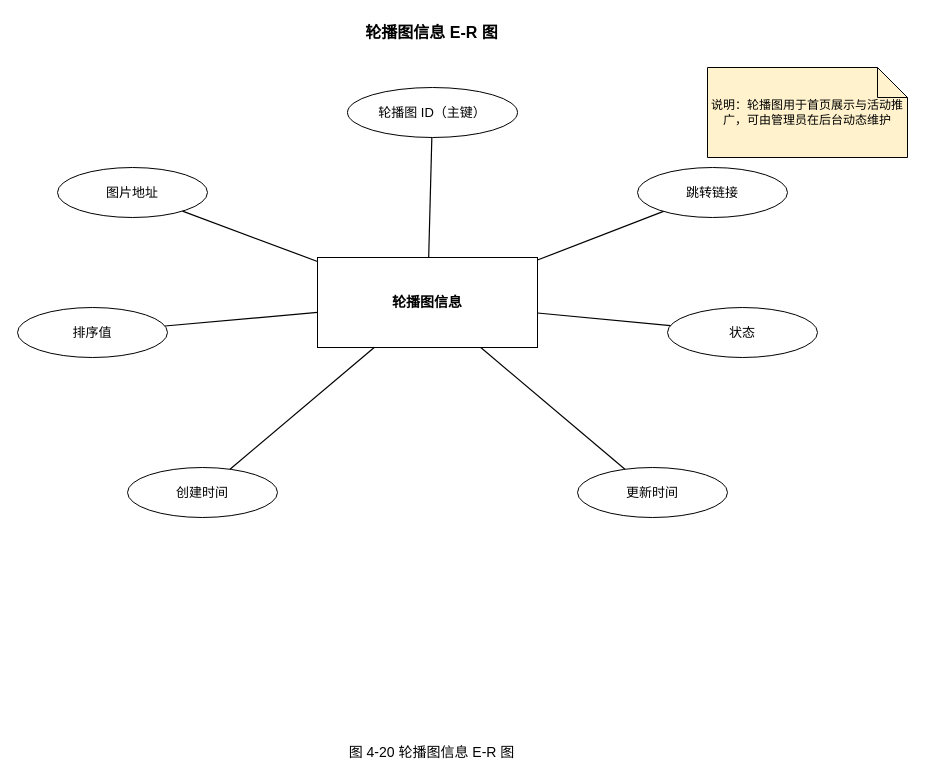
wujiangcai/drawio keeps this draw.io diagram as 4.16 轮播图信息 E-R 图.drawio. Above is the earlier version. Source tidied: cells renumbered, new cells numbered last; positions are measured from the earlier drawing's top-left corner, leaving out a move shared by most shapes. Both pictures are drawn from the tidied source at 100%, with x=0, y=0 at pixel (17, 17).
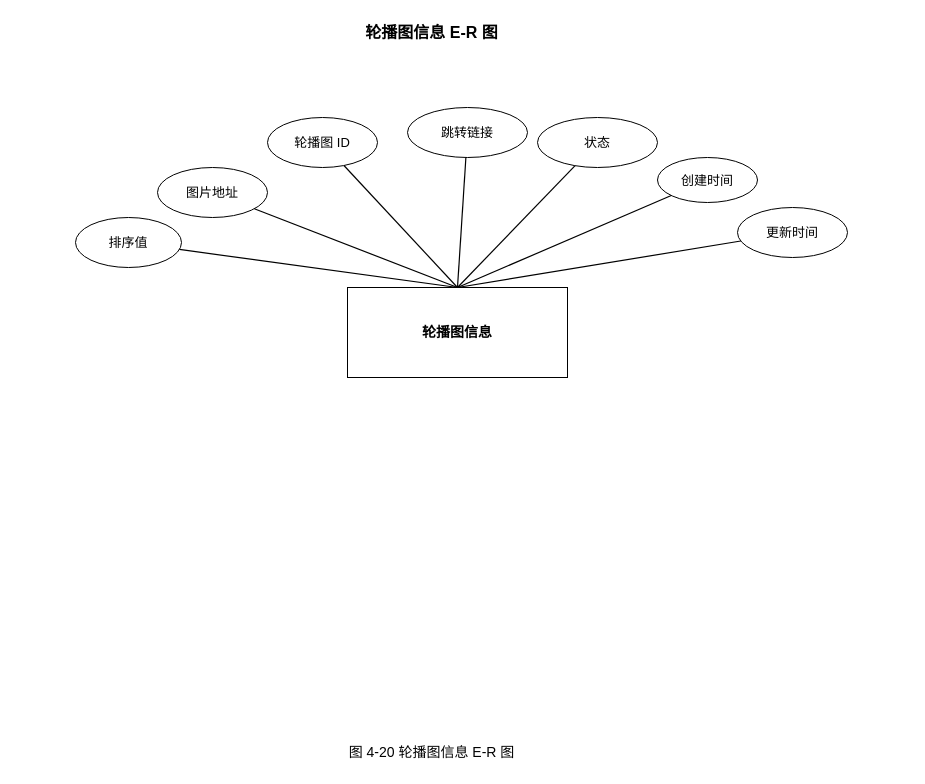
Above is the later version.

Change to the diagram source:
```diff
@@
 <mxGraphModel>
   <root>
     <mxCell id="0" />
     <mxCell id="1" parent="0" />
     <mxCell id="2" value="轮播图信息 E-R 图" style="text;html=1;strokeColor=none;fillColor=none;align=center;verticalAlign=middle;fontSize=16;fontStyle=1;" parent="1" vertex="1">
       <mxGeometry x="164" width="500" height="30" as="geometry" />
     </mxCell>
     <mxCell id="3" value="轮播图信息" style="shape=rectangle;whiteSpace=wrap;html=1;strokeColor=#000000;fillColor=#ffffff;fontSize=14;fontStyle=1;" parent="1" vertex="1">
-      <mxGeometry x="300" y="240" width="220" height="90" as="geometry" />
+      <mxGeometry x="330" y="270" width="220" height="90" as="geometry" />
     </mxCell>
-    <mxCell id="4" value="轮播图 ID（主键）" style="ellipse;whiteSpace=wrap;html=1;strokeColor=#000000;fillColor=#ffffff;fontSize=13;" parent="1" vertex="1">
-      <mxGeometry x="330" y="70" width="170" height="50" as="geometry" />
+    <mxCell id="4" value="轮播图 ID" style="ellipse;whiteSpace=wrap;html=1;strokeColor=#000000;fillColor=#ffffff;fontSize=13;" parent="1" vertex="1">
+      <mxGeometry x="250" y="100" width="110" height="50" as="geometry" />
     </mxCell>
     <mxCell id="5" value="图片地址" style="ellipse;whiteSpace=wrap;html=1;strokeColor=#000000;fillColor=#ffffff;fontSize=13;" parent="1" vertex="1">
-      <mxGeometry x="40" y="150" width="150" height="50" as="geometry" />
+      <mxGeometry x="140" y="150" width="110" height="50" as="geometry" />
     </mxCell>
     <mxCell id="6" value="跳转链接" style="ellipse;whiteSpace=wrap;html=1;strokeColor=#000000;fillColor=#ffffff;fontSize=13;" parent="1" vertex="1">
-      <mxGeometry x="620" y="150" width="150" height="50" as="geometry" />
+      <mxGeometry x="390" y="90" width="120" height="50" as="geometry" />
     </mxCell>
     <mxCell id="7" value="排序值" style="ellipse;whiteSpace=wrap;html=1;strokeColor=#000000;fillColor=#ffffff;fontSize=13;" parent="1" vertex="1">
-      <mxGeometry y="290" width="150" height="50" as="geometry" />
+      <mxGeometry x="58" y="200" width="106" height="50" as="geometry" />
     </mxCell>
     <mxCell id="8" value="状态" style="ellipse;whiteSpace=wrap;html=1;strokeColor=#000000;fillColor=#ffffff;fontSize=13;" parent="1" vertex="1">
-      <mxGeometry x="650" y="290" width="150" height="50" as="geometry" />
+      <mxGeometry x="520" y="100" width="120" height="50" as="geometry" />
     </mxCell>
     <mxCell id="9" value="创建时间" style="ellipse;whiteSpace=wrap;html=1;strokeColor=#000000;fillColor=#ffffff;fontSize=13;" parent="1" vertex="1">
-      <mxGeometry x="110" y="450" width="150" height="50" as="geometry" />
+      <mxGeometry x="640" y="140" width="100" height="45" as="geometry" />
     </mxCell>
     <mxCell id="10" value="更新时间" style="ellipse;whiteSpace=wrap;html=1;strokeColor=#000000;fillColor=#ffffff;fontSize=13;" parent="1" vertex="1">
-      <mxGeometry x="560" y="450" width="150" height="50" as="geometry" />
+      <mxGeometry x="720" y="190" width="110" height="50" as="geometry" />
     </mxCell>
-    <mxCell id="11" value="说明：轮播图用于首页展示与活动推广，可由管理员在后台动态维护" style="shape=note;whiteSpace=wrap;html=1;strokeColor=#000000;fillColor=#fff2cc;fontSize=12;" parent="1" vertex="1">
-      <mxGeometry x="690" y="50" width="200" height="90" as="geometry" />
-    </mxCell>
-    <mxCell id="12" style="endArrow=none;strokeColor=#000000;strokeWidth=1.2;" parent="1" edge="1" source="3" target="4">
+    <mxCell id="12" style="endArrow=none;strokeColor=#000000;strokeWidth=1.2;exitX=0.5;exitY=0;exitDx=0;exitDy=0;" parent="1" edge="1" source="3" target="4">
       <mxGeometry relative="1" as="geometry" />
     </mxCell>
-    <mxCell id="13" style="endArrow=none;strokeColor=#000000;strokeWidth=1.2;" parent="1" edge="1" source="3" target="5">
+    <mxCell id="13" style="endArrow=none;strokeColor=#000000;strokeWidth=1.2;exitX=0.5;exitY=0;exitDx=0;exitDy=0;" parent="1" edge="1" source="3" target="5">
       <mxGeometry relative="1" as="geometry" />
     </mxCell>
-    <mxCell id="14" style="endArrow=none;strokeColor=#000000;strokeWidth=1.2;" parent="1" edge="1" source="3" target="6">
+    <mxCell id="14" style="endArrow=none;strokeColor=#000000;strokeWidth=1.2;exitX=0.5;exitY=0;exitDx=0;exitDy=0;" parent="1" edge="1" source="3" target="6">
       <mxGeometry relative="1" as="geometry" />
     </mxCell>
-    <mxCell id="15" style="endArrow=none;strokeColor=#000000;strokeWidth=1.2;" parent="1" edge="1" source="3" target="7">
+    <mxCell id="15" style="endArrow=none;strokeColor=#000000;strokeWidth=1.2;exitX=0.5;exitY=0;exitDx=0;exitDy=0;" parent="1" edge="1" source="3" target="7">
       <mxGeometry relative="1" as="geometry" />
     </mxCell>
-    <mxCell id="16" style="endArrow=none;strokeColor=#000000;strokeWidth=1.2;" parent="1" edge="1" source="3" target="8">
+    <mxCell id="16" style="endArrow=none;strokeColor=#000000;strokeWidth=1.2;exitX=0.5;exitY=0;exitDx=0;exitDy=0;" parent="1" edge="1" source="3" target="8">
       <mxGeometry relative="1" as="geometry" />
     </mxCell>
-    <mxCell id="17" style="endArrow=none;strokeColor=#000000;strokeWidth=1.2;" parent="1" edge="1" source="3" target="9">
+    <mxCell id="17" style="endArrow=none;strokeColor=#000000;strokeWidth=1.2;exitX=0.5;exitY=0;exitDx=0;exitDy=0;" parent="1" edge="1" source="3" target="9">
       <mxGeometry relative="1" as="geometry" />
     </mxCell>
-    <mxCell id="18" style="endArrow=none;strokeColor=#000000;strokeWidth=1.2;" parent="1" edge="1" source="3" target="10">
+    <mxCell id="18" style="endArrow=none;strokeColor=#000000;strokeWidth=1.2;exitX=0.5;exitY=0;exitDx=0;exitDy=0;" parent="1" edge="1" source="3" target="10">
       <mxGeometry relative="1" as="geometry" />
     </mxCell>
     <mxCell id="19" value="图 4-20 轮播图信息 E-R 图" style="text;html=1;strokeColor=none;fillColor=none;align=center;verticalAlign=middle;fontSize=14;" parent="1" vertex="1">
       <mxGeometry x="164" y="720" width="500" height="30" as="geometry" />
     </mxCell>
   </root>
 </mxGraphModel>
```
